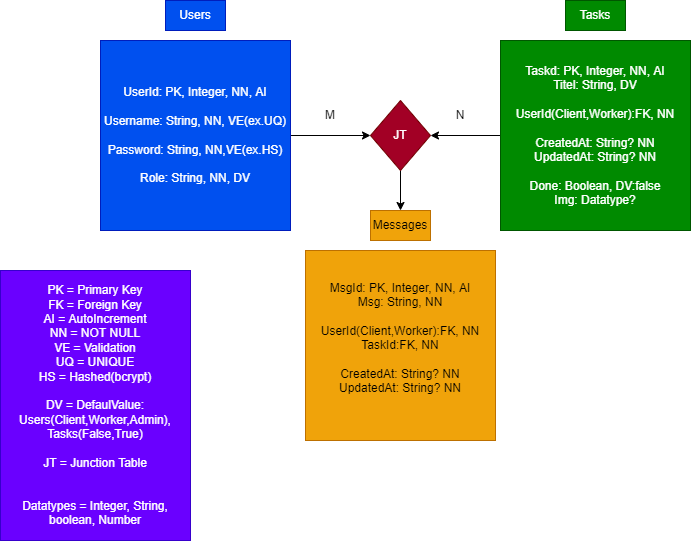
Before: test.drawio.png, a diagram exported from draw.io (abtiniths/supreme-potato). Source tidied: cells renumbered, new cells last; positions are measured from the earlier drawing's top-left corner, leaving out a move shared by most shapes.
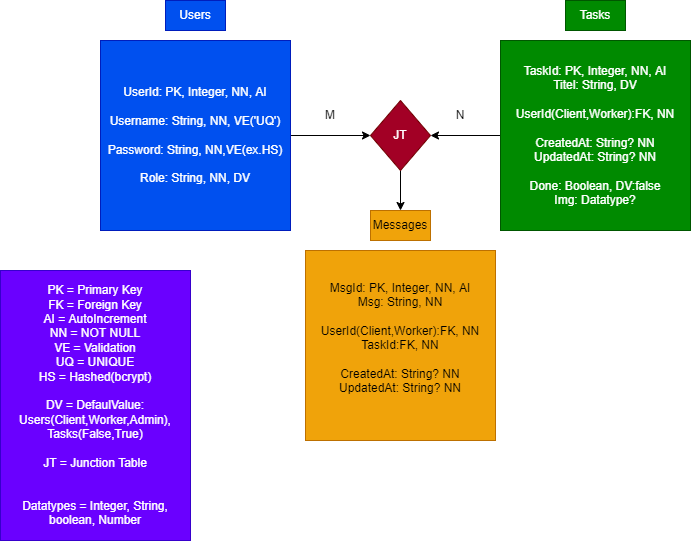
After the commit.

The edit, as a diff of the source:
```diff
@@ -5,7 +5,7 @@
     <mxCell id="2" style="edgeStyle=none;html=1;entryX=0;entryY=0.5;entryDx=0;entryDy=0;" parent="1" edge="1" source="3" target="10">
       <mxGeometry relative="1" as="geometry" />
     </mxCell>
-    <mxCell id="3" value="UserId: PK, Integer, NN, AI&lt;br&gt;&lt;br&gt;Username: String, NN, VE(ex.UQ)&lt;br&gt;&lt;br&gt;Password: String, NN,VE(ex.HS)&lt;br&gt;&lt;br&gt;Role: String, NN, DV" style="whiteSpace=wrap;html=1;fillColor=#0050ef;fontColor=#ffffff;strokeColor=#001DBC;" parent="1" vertex="1">
+    <mxCell id="3" value="UserId: PK, Integer, NN, AI&lt;br&gt;&lt;br&gt;Username: String, NN, VE('UQ')&lt;br&gt;&lt;br&gt;Password: String, NN,VE(ex.HS)&lt;br&gt;&lt;br&gt;Role: String, NN, DV" style="whiteSpace=wrap;html=1;fillColor=#0050ef;fontColor=#ffffff;strokeColor=#001DBC;" parent="1" vertex="1">
       <mxGeometry x="100" y="40" width="190" height="190" as="geometry" />
     </mxCell>
     <mxCell id="4" value="Users" style="text;html=1;strokeColor=#001DBC;fillColor=#0050ef;align=center;verticalAlign=middle;whiteSpace=wrap;rounded=0;fontColor=#ffffff;" parent="1" vertex="1">
@@ -17,7 +17,7 @@
     <mxCell id="6" style="edgeStyle=none;html=1;entryX=1;entryY=0.5;entryDx=0;entryDy=0;" parent="1" edge="1" source="7" target="10">
       <mxGeometry relative="1" as="geometry" />
     </mxCell>
-    <mxCell id="7" value="&lt;span&gt;Taskd: PK, Integer, NN, AI&lt;br&gt;Titel: String, DV&lt;br&gt;&lt;br&gt;&lt;/span&gt;UserId(Client,Worker):FK, NN&lt;br&gt;&lt;br&gt;CreatedAt: String? NN&lt;br&gt;UpdatedAt: String? NN&lt;br&gt;&lt;br&gt;Done: Boolean, DV:false&lt;br&gt;Img: Datatype?" style="whiteSpace=wrap;html=1;fillColor=#008a00;strokeColor=#005700;fontColor=#ffffff;" parent="1" vertex="1">
+    <mxCell id="7" value="&lt;span&gt;TaskId: PK, Integer, NN, AI&lt;br&gt;Titel: String, DV&lt;br&gt;&lt;br&gt;&lt;/span&gt;UserId(Client,Worker):FK, NN&lt;br&gt;&lt;br&gt;CreatedAt: String? NN&lt;br&gt;UpdatedAt: String? NN&lt;br&gt;&lt;br&gt;Done: Boolean, DV:false&lt;br&gt;Img: Datatype?" style="whiteSpace=wrap;html=1;fillColor=#008a00;strokeColor=#005700;fontColor=#ffffff;" parent="1" vertex="1">
       <mxGeometry x="500" y="40" width="190" height="190" as="geometry" />
     </mxCell>
     <mxCell id="8" value="Tasks" style="text;html=1;strokeColor=#005700;fillColor=#008a00;align=center;verticalAlign=middle;whiteSpace=wrap;rounded=0;fontColor=#ffffff;" parent="1" vertex="1">
```
